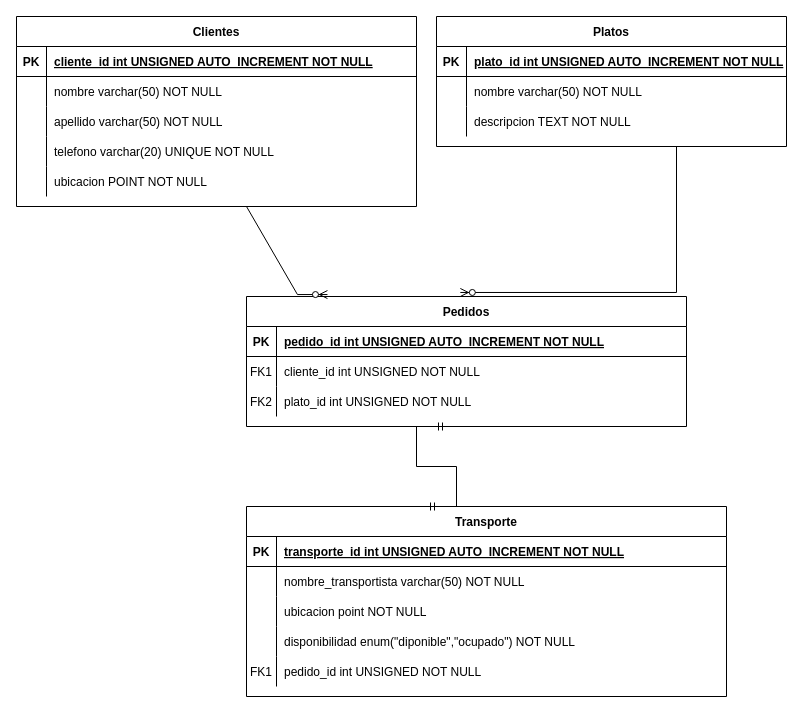
Marcelo-Osorio/Diagrams keeps this draw.io diagram as fisico_pedidos.drawio. Above is the earlier version. Source tidied: cells renumbered, new cells numbered last; positions are measured from the earlier drawing's top-left corner, leaving out a move shared by most shapes. Both pictures are drawn from the tidied source at 100%, with x=0, y=0 at pixel (16, 16).
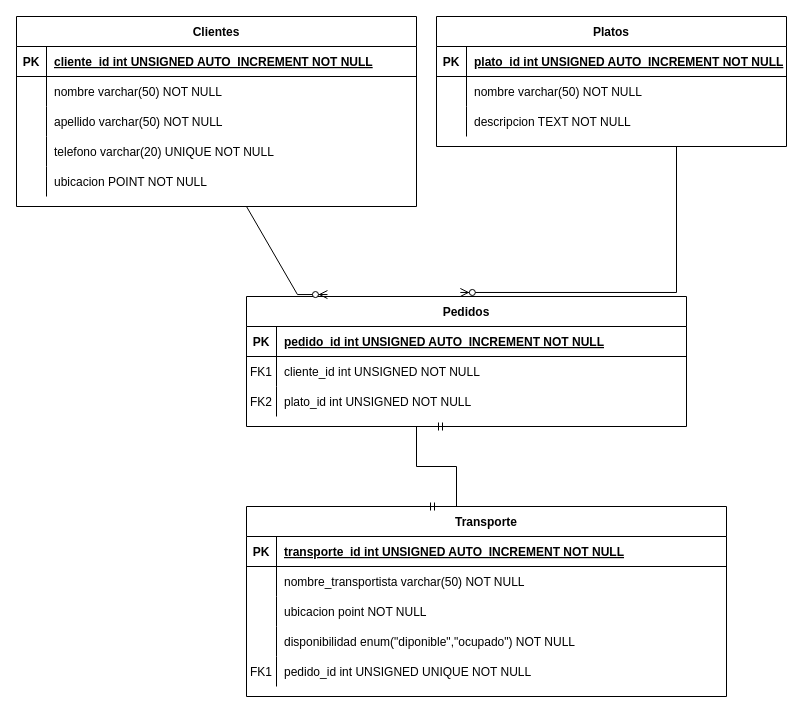
After the change.

Unchanged cells that the change refers to:
```xml
<mxCell id="53" style="shape=partialRectangle;fillColor=none;top=0;left=0;right=0;bottom=0;" parent="40" vertex="1">
  <mxGeometry y="150" width="480" height="30" as="geometry" />
</mxCell>
```

Change to the diagram source:
```diff
@@
-    <mxCell id="55" value="pedido_id int UNSIGNED NOT NULL" style="shape=partialRectangle;overflow=hidden;fillColor=none;top=0;left=0;bottom=0;right=0;align=left;spacingLeft=6;" parent="53" vertex="1">
+    <mxCell id="55" value="pedido_id int UNSIGNED UNIQUE NOT NULL" style="shape=partialRectangle;overflow=hidden;fillColor=none;top=0;left=0;bottom=0;right=0;align=left;spacingLeft=6;" parent="53" vertex="1">
       <mxGeometry x="30" width="450" height="30" as="geometry" />
     </mxCell>
```
